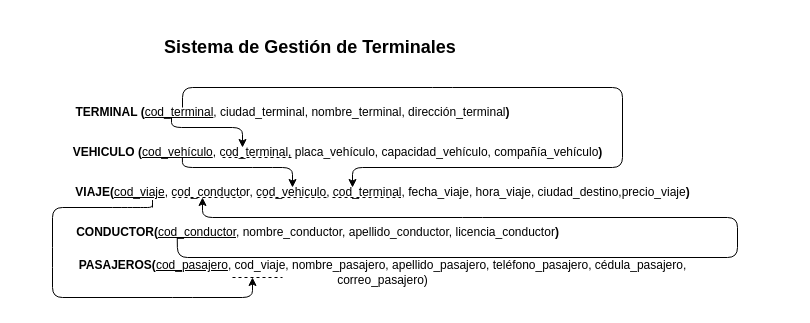
Before: grafo.drawio in Vladimirjon/Proyecto_BDD, a draw.io diagram. Source tidied: cells renumbered, new cells numbered last; positions are measured from the earlier drawing's top-left corner, leaving out a move shared by most shapes. Both pictures are drawn from the tidied source at 100%, with x=0, y=0 at pixel (17, 17).
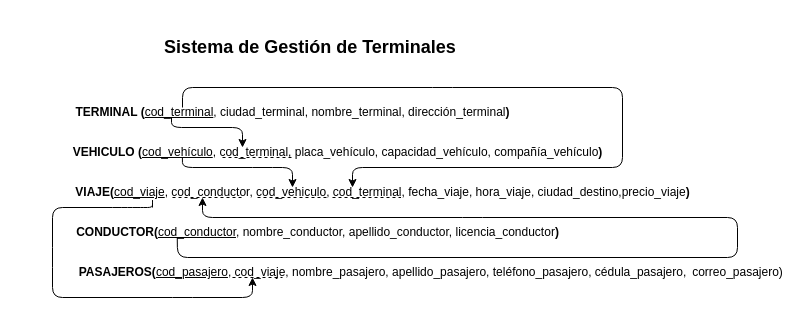
The same page after the edit.

Commit message:
added correo pasajero bien

The edit, as a diff of the source:
```diff
@@
-    <mxCell id="6" value="&lt;b&gt;PASAJEROS(&lt;/b&gt;&lt;u&gt;cod_pasajero&lt;/u&gt;, cod_viaje, nombre_pasajero, apellido&lt;span style=&quot;color: rgb(0, 0, 0);&quot;&gt;_pasajero,&amp;nbsp;&lt;/span&gt;&lt;span style=&quot;color: rgb(0, 0, 0); text-wrap-mode: wrap;&quot;&gt;teléfono_pasajero,&amp;nbsp;&lt;/span&gt;&lt;span style=&quot;color: rgb(0, 0, 0); text-wrap-mode: wrap;&quot;&gt;cédula_pasajero, correo_pasajero&lt;/span&gt;)" style="text;html=1;align=center;verticalAlign=middle;strokeColor=none;fillColor=none;" parent="1" vertex="1">
-      <mxGeometry y="240" width="730" height="30" as="geometry" />
+    <mxCell id="6" value="&lt;b&gt;PASAJEROS(&lt;/b&gt;&lt;u&gt;cod_pasajero&lt;/u&gt;, cod_viaje, nombre_pasajero, apellido&lt;span style=&quot;color: rgb(0, 0, 0);&quot;&gt;_pasajero,&amp;nbsp;&lt;/span&gt;&lt;span style=&quot;color: rgb(0, 0, 0); text-wrap-mode: wrap;&quot;&gt;teléfono_pasajero,&amp;nbsp;&lt;/span&gt;&lt;span style=&quot;color: rgb(0, 0, 0); text-wrap-mode: wrap;&quot;&gt;cédula_pasajero,&lt;/span&gt;" style="text;html=1;align=center;verticalAlign=middle;strokeColor=none;fillColor=none;" parent="1" vertex="1">
+      <mxGeometry x="50" y="240" width="630" height="30" as="geometry" />
     </mxCell>
@@
+    <mxCell id="18" value="correo_pasajero)" style="text;html=1;align=center;verticalAlign=middle;strokeColor=none;fillColor=none;" parent="1" vertex="1">
+      <mxGeometry x="665" y="240" width="110" height="30" as="geometry" />
+    </mxCell>
```
